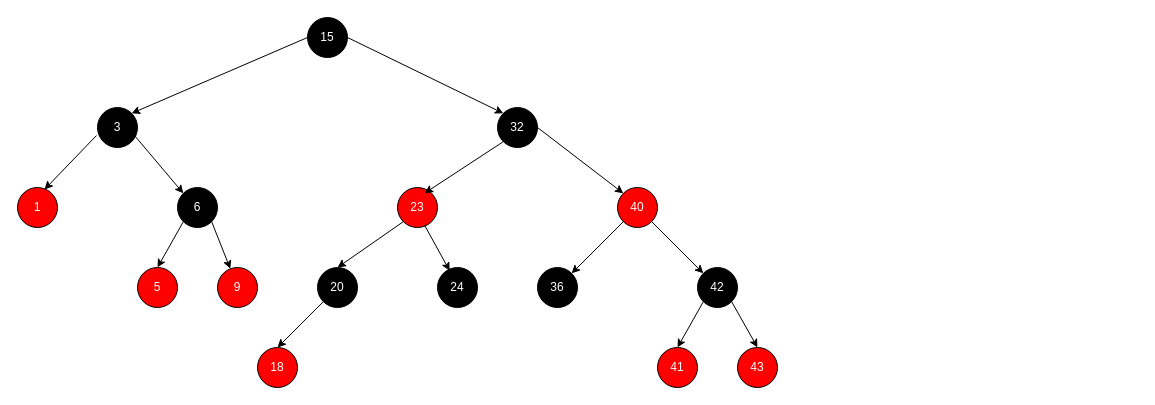
This is Untitled Diagram.drawio from semihhdemirel/semihhdemirel, a draw.io file, before an edit. Source tidied: cells renumbered, new cells numbered last; positions are measured from the earlier drawing's top-left corner, leaving out a move shared by most shapes. Both pictures are drawn from the tidied source at 100%, with x=0, y=0 at pixel (17, 17).
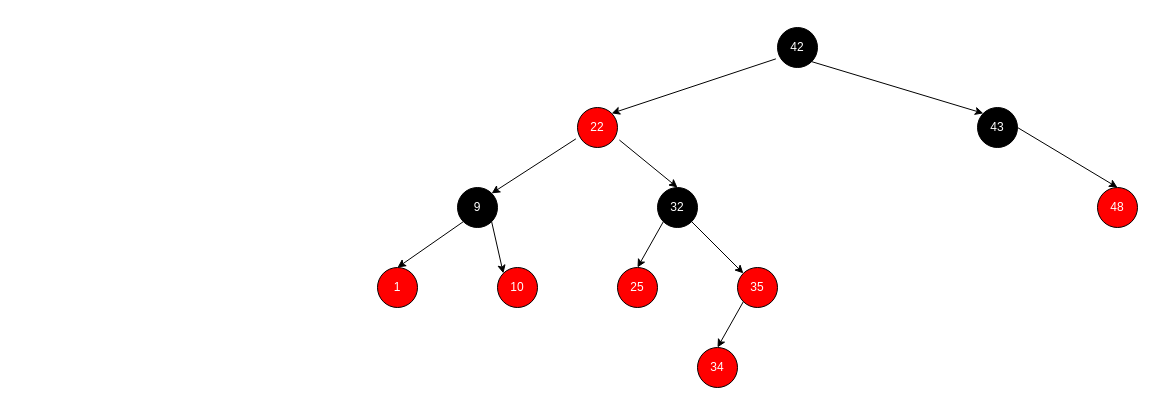
Above is the later version.

Change to the diagram source:
```diff
@@
-    <mxCell id="2" value="&lt;font color=&quot;#ffffff&quot;&gt;40&lt;/font&gt;" style="ellipse;whiteSpace=wrap;html=1;fillColor=#FF0000;" parent="1" vertex="1">
-      <mxGeometry x="600" y="170" width="40" height="40" as="geometry" />
-    </mxCell>
-    <mxCell id="3" value="&lt;font color=&quot;#ffffff&quot;&gt;15&lt;/font&gt;" style="ellipse;whiteSpace=wrap;html=1;fillColor=#000000;" parent="1" vertex="1">
-      <mxGeometry x="290" width="40" height="40" as="geometry" />
-    </mxCell>
+    <mxCell id="22" value="&lt;font color=&quot;#ffffff&quot;&gt;42&lt;/font&gt;" style="ellipse;whiteSpace=wrap;html=1;fillColor=#000000;" parent="1" vertex="1">
+      <mxGeometry x="760" y="10" width="40" height="40" as="geometry" />
+    </mxCell>
+    <mxCell id="33" value="&lt;font color=&quot;#ffffff&quot;&gt;22&lt;/font&gt;" style="ellipse;whiteSpace=wrap;html=1;fillColor=#FF0000;" parent="1" vertex="1">
+      <mxGeometry x="560" y="90" width="40" height="40" as="geometry" />
+    </mxCell>
+    <mxCell id="5" value="&lt;font color=&quot;#ffffff&quot;&gt;43&lt;/font&gt;" style="ellipse;whiteSpace=wrap;html=1;fillColor=#000000;" parent="1" vertex="1">
+      <mxGeometry x="960" y="90" width="40" height="40" as="geometry" />
+    </mxCell>
-    <mxCell id="4" value="&lt;font color=&quot;#ffffff&quot;&gt;9&lt;/font&gt;" style="ellipse;whiteSpace=wrap;html=1;fillColor=#FF0000;" parent="1" vertex="1">
-      <mxGeometry x="200" y="250" width="40" height="40" as="geometry" />
+    <mxCell id="4" value="&lt;font color=&quot;#ffffff&quot;&gt;9&lt;/font&gt;" style="ellipse;whiteSpace=wrap;html=1;fillColor=#000000;" parent="1" vertex="1">
+      <mxGeometry x="440" y="170" width="40" height="40" as="geometry" />
     </mxCell>
-    <mxCell id="5" value="&lt;font color=&quot;#ffffff&quot;&gt;43&lt;/font&gt;" style="ellipse;whiteSpace=wrap;html=1;fillColor=#FF0000;" parent="1" vertex="1">
-      <mxGeometry x="720" y="330" width="40" height="40" as="geometry" />
-    </mxCell>
+    <mxCell id="34" style="endArrow=classic;html=1;rounded=0;exitX=-0.041;exitY=0.784;exitDx=0;exitDy=0;exitPerimeter=0;entryX=1;entryY=0;entryDx=0;entryDy=0;" parent="1" edge="1" source="22" target="33">
+      <mxGeometry relative="1" as="geometry" />
+    </mxCell>
+    <mxCell id="35" style="endArrow=classic;html=1;rounded=0;exitX=-0.041;exitY=0.784;exitDx=0;exitDy=0;exitPerimeter=0;entryX=1;entryY=0;entryDx=0;entryDy=0;" parent="1" edge="1" source="33" target="4">
+      <mxGeometry relative="1" as="geometry" />
+    </mxCell>
+    <mxCell id="24" style="endArrow=classic;html=1;rounded=0;entryX=0;entryY=0;entryDx=0;entryDy=0;exitX=1;exitY=1;exitDx=0;exitDy=0;" parent="1" edge="1" source="22" target="5">
+      <mxGeometry relative="1" as="geometry" />
+    </mxCell>
     <mxCell id="6" value="&lt;font color=&quot;#ffffff&quot;&gt;32&lt;/font&gt;" style="ellipse;whiteSpace=wrap;html=1;fillColor=#000000;" parent="1" vertex="1">
-      <mxGeometry x="480" y="90" width="40" height="40" as="geometry" />
+      <mxGeometry x="640" y="170" width="40" height="40" as="geometry" />
     </mxCell>
+    <mxCell id="36" style="endArrow=classic;html=1;rounded=0;exitX=1.047;exitY=0.813;exitDx=0;exitDy=0;exitPerimeter=0;entryX=0.5;entryY=0;entryDx=0;entryDy=0;" parent="1" edge="1" source="33" target="6">
+      <mxGeometry relative="1" as="geometry" />
+    </mxCell>
+    <mxCell id="37" value="&lt;font color=&quot;#ffffff&quot;&gt;10&lt;/font&gt;" style="ellipse;whiteSpace=wrap;html=1;fillColor=#FF0000;" parent="1" vertex="1">
+      <mxGeometry x="480" y="250" width="40" height="40" as="geometry" />
+    </mxCell>
+    <mxCell id="38" style="endArrow=classic;html=1;rounded=0;exitX=1;exitY=1;exitDx=0;exitDy=0;entryX=0;entryY=0;entryDx=0;entryDy=0;" parent="1" edge="1" source="4" target="37">
+      <mxGeometry relative="1" as="geometry" />
+    </mxCell>
+    <mxCell id="39" value="&lt;font color=&quot;#ffffff&quot;&gt;48&lt;/font&gt;" style="ellipse;whiteSpace=wrap;html=1;fillColor=#FF0000;" parent="1" vertex="1">
+      <mxGeometry x="1080" y="170" width="40" height="40" as="geometry" />
+    </mxCell>
+    <mxCell id="40" style="endArrow=classic;html=1;rounded=0;exitX=1;exitY=0.5;exitDx=0;exitDy=0;entryX=0.5;entryY=0;entryDx=0;entryDy=0;" parent="1" edge="1" source="5" target="39">
+      <mxGeometry relative="1" as="geometry" />
+    </mxCell>
+    <mxCell id="41" value="&lt;font color=&quot;#ffffff&quot;&gt;35&lt;/font&gt;" style="ellipse;whiteSpace=wrap;html=1;fillColor=#FF0000;" parent="1" vertex="1">
+      <mxGeometry x="720" y="250" width="40" height="40" as="geometry" />
+    </mxCell>
+    <mxCell id="42" style="endArrow=classic;html=1;rounded=0;exitX=1;exitY=1;exitDx=0;exitDy=0;entryX=0;entryY=0;entryDx=0;entryDy=0;" parent="1" edge="1" source="6" target="41">
+      <mxGeometry relative="1" as="geometry" />
+    </mxCell>
     <mxCell id="7" value="&lt;font color=&quot;#ffffff&quot;&gt;1&lt;/font&gt;" style="ellipse;whiteSpace=wrap;html=1;fillColor=#FF0000;" parent="1" vertex="1">
-      <mxGeometry y="170" width="40" height="40" as="geometry" />
+      <mxGeometry x="360" y="250" width="40" height="40" as="geometry" />
     </mxCell>
-    <mxCell id="8" value="&lt;font color=&quot;#ffffff&quot;&gt;3&lt;/font&gt;" style="ellipse;whiteSpace=wrap;html=1;fillColor=#000000;" parent="1" vertex="1">
-      <mxGeometry x="80" y="90" width="40" height="40" as="geometry" />
-    </mxCell>
-    <mxCell id="9" style="endArrow=classic;html=1;rounded=0;exitX=0;exitY=0.5;exitDx=0;exitDy=0;entryX=1;entryY=0;entryDx=0;entryDy=0;" parent="1" edge="1" source="3" target="8">
-      <mxGeometry relative="1" as="geometry" />
-    </mxCell>
-    <mxCell id="10" style="endArrow=classic;html=1;rounded=0;exitX=-0.025;exitY=0.7;exitDx=0;exitDy=0;exitPerimeter=0;entryX=0.675;entryY=0.05;entryDx=0;entryDy=0;entryPerimeter=0;" parent="1" edge="1" source="8" target="7">
-      <mxGeometry relative="1" as="geometry" />
-    </mxCell>
-    <mxCell id="11" value="&lt;font color=&quot;#ffffff&quot;&gt;5&lt;/font&gt;" style="ellipse;whiteSpace=wrap;html=1;fillColor=#FF0000;" parent="1" vertex="1">
-      <mxGeometry x="120" y="250" width="40" height="40" as="geometry" />
-    </mxCell>
-    <mxCell id="12" value="&lt;font color=&quot;#ffffff&quot;&gt;23&lt;/font&gt;" style="ellipse;whiteSpace=wrap;html=1;fillColor=#FF0000;" parent="1" vertex="1">
-      <mxGeometry x="380" y="170" width="40" height="40" as="geometry" />
-    </mxCell>
-    <mxCell id="13" style="endArrow=classic;html=1;rounded=0;exitX=0;exitY=1;exitDx=0;exitDy=0;entryX=0.679;entryY=0.142;entryDx=0;entryDy=0;entryPerimeter=0;" parent="1" edge="1" source="6" target="12">
-      <mxGeometry relative="1" as="geometry" />
-    </mxCell>
-    <mxCell id="14" value="&lt;font color=&quot;#ffffff&quot;&gt;36&lt;/font&gt;" style="ellipse;whiteSpace=wrap;html=1;fillColor=#000000;" parent="1" vertex="1">
-      <mxGeometry x="520" y="250" width="40" height="40" as="geometry" />
-    </mxCell>
-    <mxCell id="15" value="&lt;font color=&quot;#ffffff&quot;&gt;6&lt;/font&gt;" style="ellipse;whiteSpace=wrap;html=1;fillColor=#000000;" parent="1" vertex="1">
-      <mxGeometry x="160" y="170" width="40" height="40" as="geometry" />
-    </mxCell>
-    <mxCell id="16" style="endArrow=classic;html=1;rounded=0;entryX=0;entryY=0;entryDx=0;entryDy=0;exitX=0.925;exitY=0.7;exitDx=0;exitDy=0;exitPerimeter=0;" parent="1" edge="1" source="8" target="15">
-      <mxGeometry relative="1" as="geometry" />
-    </mxCell>
-    <mxCell id="17" style="endArrow=classic;html=1;rounded=0;exitX=1;exitY=1;exitDx=0;exitDy=0;" parent="1" edge="1" source="15" target="4">
-      <mxGeometry relative="1" as="geometry" />
-    </mxCell>
-    <mxCell id="18" style="endArrow=classic;html=1;rounded=0;exitX=0;exitY=1;exitDx=0;exitDy=0;entryX=0.5;entryY=0;entryDx=0;entryDy=0;" parent="1" edge="1" source="15" target="11">
-      <mxGeometry relative="1" as="geometry" />
-    </mxCell>
-    <mxCell id="19" value="&lt;font color=&quot;#ffffff&quot;&gt;24&lt;/font&gt;" style="ellipse;whiteSpace=wrap;html=1;fillColor=#000000;" parent="1" vertex="1">
-      <mxGeometry x="420" y="250" width="40" height="40" as="geometry" />
-    </mxCell>
-    <mxCell id="20" style="endArrow=classic;html=1;rounded=0;exitX=0.675;exitY=0.939;exitDx=0;exitDy=0;exitPerimeter=0;entryX=0.304;entryY=0.082;entryDx=0;entryDy=0;entryPerimeter=0;" parent="1" edge="1" source="12" target="19">
-      <mxGeometry relative="1" as="geometry" />
-    </mxCell>
-    <mxCell id="21" value="&lt;font color=&quot;#ffffff&quot;&gt;41&lt;/font&gt;" style="ellipse;whiteSpace=wrap;html=1;fillColor=#FF0000;" parent="1" vertex="1">
-      <mxGeometry x="640" y="330" width="40" height="40" as="geometry" />
-    </mxCell>
-    <mxCell id="22" value="&lt;font color=&quot;#ffffff&quot;&gt;42&lt;/font&gt;" style="ellipse;whiteSpace=wrap;html=1;fillColor=#000000;" parent="1" vertex="1">
-      <mxGeometry x="680" y="250" width="40" height="40" as="geometry" />
-    </mxCell>
-    <mxCell id="23" style="endArrow=classic;html=1;rounded=0;entryX=0.5;entryY=0;entryDx=0;entryDy=0;exitX=0;exitY=1;exitDx=0;exitDy=0;" parent="1" edge="1" source="22" target="21">
-      <mxGeometry relative="1" as="geometry" />
-    </mxCell>
-    <mxCell id="24" style="endArrow=classic;html=1;rounded=0;entryX=0.5;entryY=0;entryDx=0;entryDy=0;exitX=1;exitY=1;exitDx=0;exitDy=0;" parent="1" edge="1" source="22" target="5">
-      <mxGeometry relative="1" as="geometry" />
-    </mxCell>
-    <mxCell id="25" value="&lt;font color=&quot;#ffffff&quot;&gt;20&lt;/font&gt;" style="ellipse;whiteSpace=wrap;html=1;fillColor=#000000;" parent="1" vertex="1">
-      <mxGeometry x="300" y="250" width="40" height="40" as="geometry" />
-    </mxCell>
-    <mxCell id="26" style="endArrow=classic;html=1;rounded=0;entryX=0.5;entryY=0;entryDx=0;entryDy=0;exitX=0;exitY=1;exitDx=0;exitDy=0;" parent="1" edge="1" source="12" target="25">
-      <mxGeometry relative="1" as="geometry" />
-    </mxCell>
-    <mxCell id="27" value="&lt;font color=&quot;#ffffff&quot;&gt;18&lt;/font&gt;" style="ellipse;whiteSpace=wrap;html=1;fillColor=#FF0000;" parent="1" vertex="1">
-      <mxGeometry x="240" y="330" width="40" height="40" as="geometry" />
-    </mxCell>
-    <mxCell id="28" style="endArrow=classic;html=1;rounded=0;entryX=0;entryY=0;entryDx=0;entryDy=0;exitX=1;exitY=0.5;exitDx=0;exitDy=0;" parent="1" edge="1" source="6" target="2">
-      <mxGeometry relative="1" as="geometry" />
-    </mxCell>
-    <mxCell id="29" style="endArrow=classic;html=1;rounded=0;entryX=0;entryY=0;entryDx=0;entryDy=0;exitX=1;exitY=1;exitDx=0;exitDy=0;" parent="1" edge="1" source="2" target="22">
-      <mxGeometry relative="1" as="geometry" />
-    </mxCell>
-    <mxCell id="30" style="endArrow=classic;html=1;rounded=0;entryX=1;entryY=0;entryDx=0;entryDy=0;exitX=0;exitY=1;exitDx=0;exitDy=0;" parent="1" edge="1" source="2" target="14">
-      <mxGeometry relative="1" as="geometry" />
-    </mxCell>
-    <mxCell id="31" style="endArrow=classic;html=1;rounded=0;exitX=1;exitY=0.5;exitDx=0;exitDy=0;entryX=0;entryY=0;entryDx=0;entryDy=0;" parent="1" edge="1" source="3" target="6">
-      <mxGeometry relative="1" as="geometry" />
-    </mxCell>
-    <mxCell id="32" style="endArrow=classic;html=1;rounded=0;entryX=0.5;entryY=0;entryDx=0;entryDy=0;exitX=0;exitY=1;exitDx=0;exitDy=0;" parent="1" edge="1" source="25" target="27">
-      <mxGeometry relative="1" as="geometry" />
-    </mxCell>
+    <mxCell id="43" style="endArrow=classic;html=1;rounded=0;exitX=0;exitY=1;exitDx=0;exitDy=0;entryX=0.5;entryY=0;entryDx=0;entryDy=0;" parent="1" edge="1" source="4" target="7">
+      <mxGeometry relative="1" as="geometry" />
+    </mxCell>
+    <mxCell id="44" value="&lt;font color=&quot;#ffffff&quot;&gt;25&lt;/font&gt;" style="ellipse;whiteSpace=wrap;html=1;fillColor=#FF0000;" parent="1" vertex="1">
+      <mxGeometry x="600" y="250" width="40" height="40" as="geometry" />
+    </mxCell>
+    <mxCell id="45" style="endArrow=classic;html=1;rounded=0;exitX=0;exitY=1;exitDx=0;exitDy=0;entryX=0.5;entryY=0;entryDx=0;entryDy=0;" parent="1" edge="1" source="6" target="44">
+      <mxGeometry relative="1" as="geometry" />
+    </mxCell>
+    <mxCell id="46" value="&lt;font color=&quot;#ffffff&quot;&gt;34&lt;/font&gt;" style="ellipse;whiteSpace=wrap;html=1;fillColor=#FF0000;" parent="1" vertex="1">
+      <mxGeometry x="680" y="330" width="40" height="40" as="geometry" />
+    </mxCell>
+    <mxCell id="47" style="endArrow=classic;html=1;rounded=0;exitX=0;exitY=1;exitDx=0;exitDy=0;entryX=0.5;entryY=0;entryDx=0;entryDy=0;" parent="1" edge="1" source="41" target="46">
+      <mxGeometry relative="1" as="geometry" />
+    </mxCell>
```
